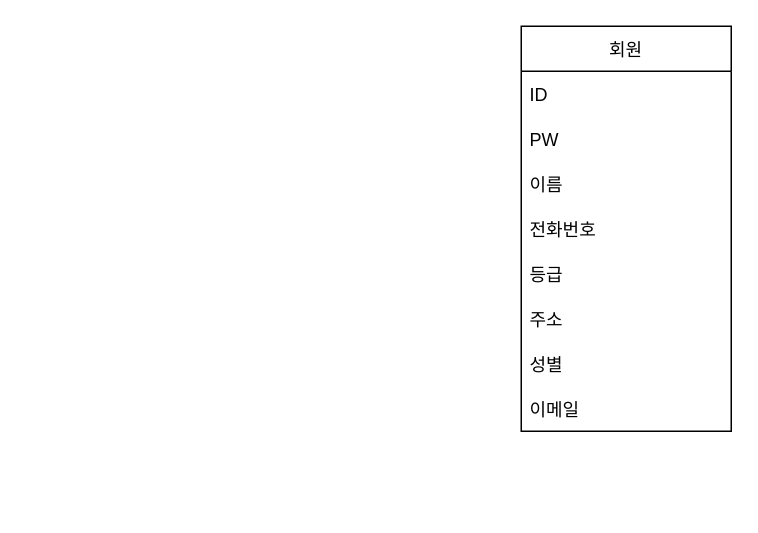
chacha0707/db keeps this draw.io diagram as Untitled Diagram.drawio. Above is the earlier version. Source tidied: cells renumbered, new cells numbered last; positions are measured from the earlier drawing's top-left corner, leaving out a move shared by most shapes. Both pictures are drawn from the tidied source at 150%, with x=0, y=0 at pixel (520, 26).
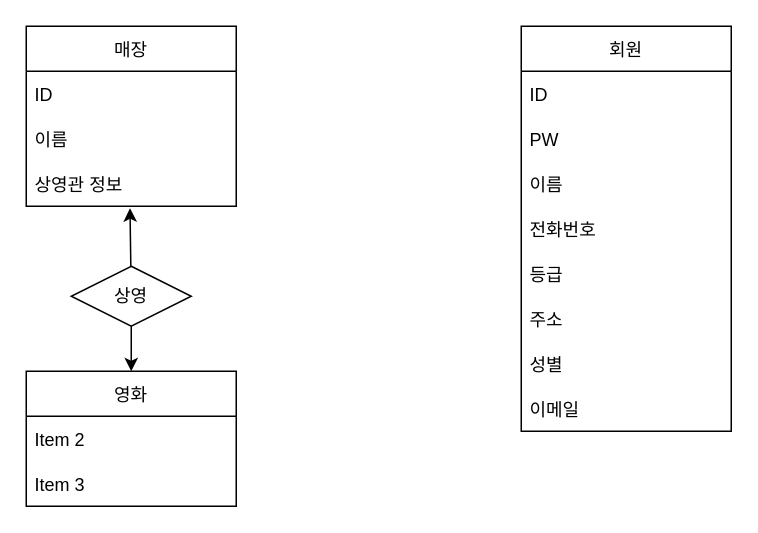
Above is the later version.

What changed in the source:
```diff
@@
+    <mxCell id="11" value="매장" style="swimlane;fontStyle=0;horizontal=1;startSize=30;" parent="1" vertex="1">
+      <mxGeometry x="-330" width="140" height="120" as="geometry" />
+    </mxCell>
+    <mxCell id="12" value="ID" style="text;strokeColor=none;fillColor=none;align=left;verticalAlign=middle;spacingLeft=4;spacingRight=4;overflow=hidden;" parent="11" vertex="1">
+      <mxGeometry y="30" width="140" height="30" as="geometry" />
+    </mxCell>
+    <mxCell id="13" value="이름" style="text;strokeColor=none;fillColor=none;align=left;verticalAlign=middle;spacingLeft=4;spacingRight=4;overflow=hidden;" parent="11" vertex="1">
+      <mxGeometry y="60" width="140" height="30" as="geometry" />
+    </mxCell>
+    <mxCell id="14" value="상영관 정보" style="text;strokeColor=none;fillColor=none;align=left;verticalAlign=middle;spacingLeft=4;spacingRight=4;overflow=hidden;points=[[0,0.5],[1,0.5]];portConstraint=eastwest;" parent="11" vertex="1">
+      <mxGeometry y="90" width="140" height="30" as="geometry" />
+    </mxCell>
+    <mxCell id="15" value="상영" style="rhombus;whiteSpace=wrap;html=1;" parent="1" vertex="1">
+      <mxGeometry x="-300" y="160" width="80" height="40" as="geometry" />
+    </mxCell>
+    <mxCell id="16" style="endArrow=classic;html=1;rounded=0;entryX=0.494;entryY=1.043;entryDx=0;entryDy=0;entryPerimeter=0;" parent="1" edge="1" source="15" target="14">
+      <mxGeometry relative="1" as="geometry" />
+    </mxCell>
+    <mxCell id="17" value="영화" style="swimlane;fontStyle=0;horizontal=1;startSize=30;" parent="1" vertex="1">
+      <mxGeometry x="-330" y="230" width="140" height="90" as="geometry" />
+    </mxCell>
+    <mxCell id="18" value="Item 2" style="text;strokeColor=none;fillColor=none;align=left;verticalAlign=middle;spacingLeft=4;spacingRight=4;overflow=hidden;" parent="17" vertex="1">
+      <mxGeometry y="30" width="140" height="30" as="geometry" />
+    </mxCell>
+    <mxCell id="19" value="Item 3" style="text;strokeColor=none;fillColor=none;align=left;verticalAlign=middle;spacingLeft=4;spacingRight=4;overflow=hidden;" parent="17" vertex="1">
+      <mxGeometry y="60" width="140" height="30" as="geometry" />
+    </mxCell>
+    <mxCell id="20" style="endArrow=classic;html=1;rounded=0;exitX=0.5;exitY=1;exitDx=0;exitDy=0;entryX=0.5;entryY=0;entryDx=0;entryDy=0;" parent="1" edge="1" source="15" target="17">
+      <mxGeometry relative="1" as="geometry" />
+    </mxCell>
```
